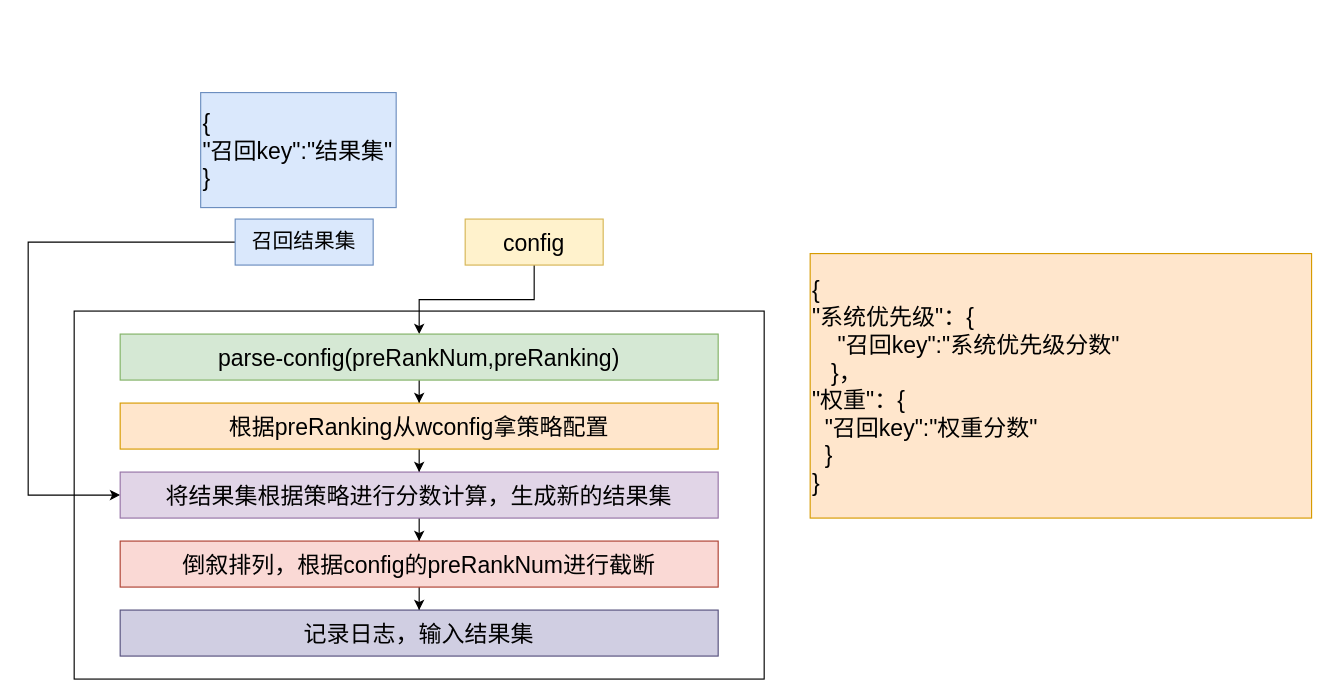
Above: 魔方系统流程图的副本/未命名绘图.drawio in LuOyEbY/draw-b (draw.io), before the change. Source tidied: cells renumbered, new cells numbered last; positions are measured from the earlier drawing's top-left corner, leaving out a move shared by most shapes. Both pictures are drawn from the tidied source at 115%, with x=0, y=0 at pixel (28, 92).
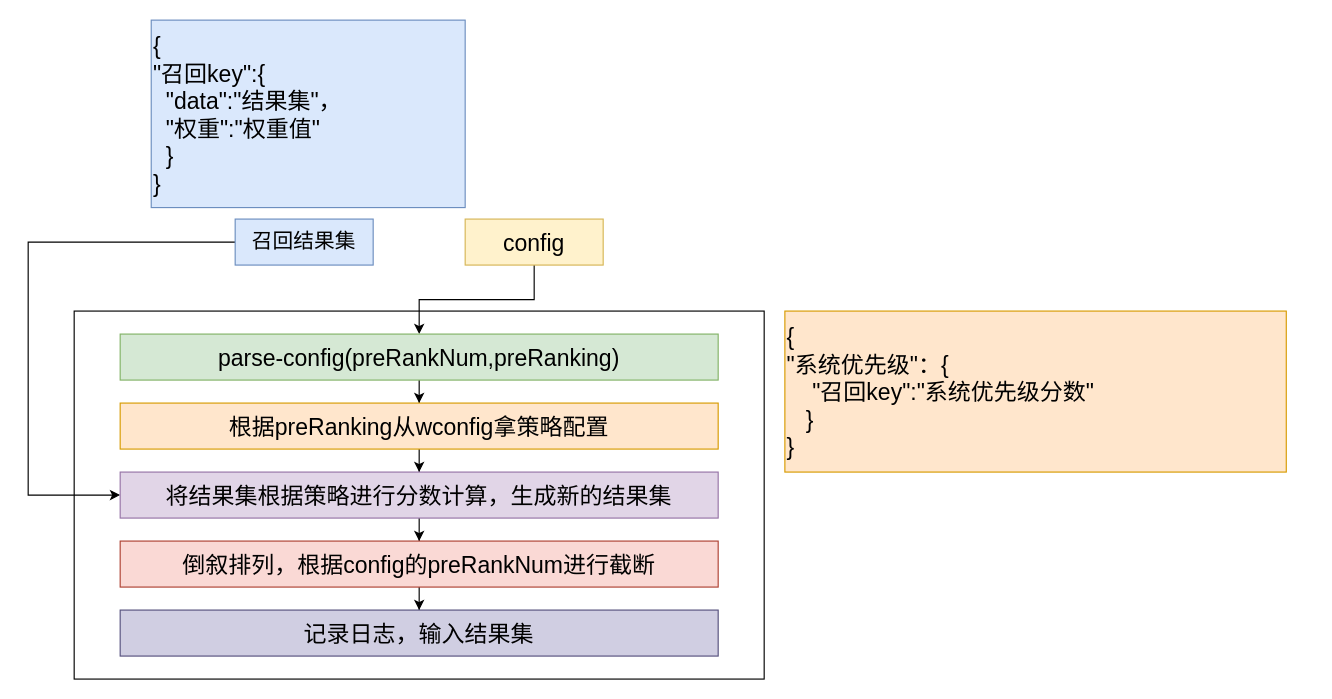
After the change.

Commit message:
优化粗排内部逻辑.drawio

What changed in the source:
```diff
@@
 <mxGraphModel>
   <root>
     <mxCell id="0" />
     <mxCell id="1" parent="0" />
     <mxCell id="2" style="rounded=0;whiteSpace=wrap;html=1;fillColor=default;" parent="1" vertex="1">
       <mxGeometry x="40" y="190" width="600" height="320" as="geometry" />
     </mxCell>
     <mxCell id="3" style="edgeStyle=orthogonalEdgeStyle;rounded=0;jettySize=auto;html=1;entryX=0;entryY=0.5;entryDx=0;entryDy=0;fontSize=20;" parent="1" edge="1" source="4" target="12">
       <mxGeometry relative="1" as="geometry">
         <Array as="points">
           <mxPoint y="130" />
           <mxPoint y="350" />
         </Array>
       </mxGeometry>
     </mxCell>
     <mxCell id="4" value="召回结果集" style="rounded=0;whiteSpace=wrap;html=1;fontSize=18;fillColor=#dae8fc;strokeColor=#6c8ebf;" parent="1" vertex="1">
       <mxGeometry x="180" y="110" width="120" height="40" as="geometry" />
     </mxCell>
     <mxCell id="5" style="edgeStyle=orthogonalEdgeStyle;rounded=0;jettySize=auto;html=1;fontSize=20;" parent="1" edge="1" source="6" target="8">
       <mxGeometry relative="1" as="geometry" />
     </mxCell>
     <mxCell id="6" value="config" style="rounded=0;whiteSpace=wrap;html=1;fontSize=20;fillColor=#fff2cc;strokeColor=#d6b656;" parent="1" vertex="1">
       <mxGeometry x="380" y="110" width="120" height="40" as="geometry" />
     </mxCell>
     <mxCell id="7" style="edgeStyle=orthogonalEdgeStyle;rounded=0;jettySize=auto;html=1;fontSize=20;" parent="1" edge="1" source="8" target="10">
       <mxGeometry relative="1" as="geometry" />
     </mxCell>
     <mxCell id="8" value="parse-config(preRankNum,preRanking)" style="rounded=0;whiteSpace=wrap;html=1;fontSize=20;fillColor=#d5e8d4;strokeColor=#82b366;" parent="1" vertex="1">
       <mxGeometry x="80" y="210" width="520" height="40" as="geometry" />
     </mxCell>
     <mxCell id="9" style="edgeStyle=orthogonalEdgeStyle;rounded=0;jettySize=auto;html=1;fontSize=20;" parent="1" edge="1" source="10" target="12">
       <mxGeometry relative="1" as="geometry" />
     </mxCell>
     <mxCell id="10" value="根据preRanking从wconfig拿策略配置" style="rounded=0;whiteSpace=wrap;html=1;fontSize=20;fillColor=#ffe6cc;strokeColor=#d79b00;" parent="1" vertex="1">
       <mxGeometry x="80" y="270" width="520" height="40" as="geometry" />
     </mxCell>
     <mxCell id="11" style="edgeStyle=orthogonalEdgeStyle;rounded=0;jettySize=auto;html=1;fontSize=20;" parent="1" edge="1" source="12" target="16">
       <mxGeometry relative="1" as="geometry" />
     </mxCell>
     <mxCell id="12" value="将结果集根据策略进行分数计算，生成新的结果集" style="rounded=0;whiteSpace=wrap;html=1;fontSize=20;fillColor=#e1d5e7;strokeColor=#9673a6;" parent="1" vertex="1">
       <mxGeometry x="80" y="330" width="520" height="40" as="geometry" />
     </mxCell>
-    <mxCell id="13" value="{&lt;br&gt;&quot;召回key&quot;:&quot;结果集&quot;&lt;br&gt;}" style="rounded=0;whiteSpace=wrap;html=1;fontSize=20;fillColor=#dae8fc;align=left;strokeColor=#6c8ebf;" parent="1" vertex="1">
-      <mxGeometry x="150" width="170" height="100" as="geometry" />
+    <mxCell id="13" value="{&lt;br&gt;&quot;召回key&quot;:{&lt;br&gt;&lt;span style=&quot;&quot;&gt; &lt;/span&gt;&lt;span style=&quot;&quot;&gt; &lt;/span&gt;&lt;span style=&quot;white-space: pre;&quot;&gt; &lt;/span&gt;&lt;span style=&quot;white-space: pre;&quot;&gt; &lt;/span&gt;&quot;data&quot;:&quot;结果集&quot;，&lt;br&gt;&lt;span style=&quot;white-space: pre;&quot;&gt; &lt;/span&gt;&lt;span style=&quot;white-space: pre;&quot;&gt; &lt;/span&gt;&quot;权重&quot;:&quot;权重值&quot;&lt;br&gt;&lt;span style=&quot;&quot;&gt; &lt;/span&gt;&lt;span style=&quot;&quot;&gt; &lt;/span&gt;&lt;span style=&quot;white-space: pre;&quot;&gt; &lt;/span&gt;&lt;span style=&quot;white-space: pre;&quot;&gt; &lt;/span&gt;}&lt;br&gt;}" style="rounded=0;whiteSpace=wrap;html=1;fontSize=20;fillColor=#dae8fc;align=left;strokeColor=#6c8ebf;" parent="1" vertex="1">
+      <mxGeometry x="107" y="-63" width="273" height="163" as="geometry" />
     </mxCell>
-    <mxCell id="14" value="{&lt;br&gt;&quot;系统优先级&quot;：{&lt;br&gt;&lt;span style=&quot;white-space: pre;&quot;&gt; &lt;/span&gt;&lt;span style=&quot;white-space: pre;&quot;&gt; &lt;/span&gt;&lt;span style=&quot;white-space: pre;&quot;&gt; &lt;/span&gt;&lt;span style=&quot;white-space: pre;&quot;&gt; &lt;/span&gt;&quot;召回key&quot;:&quot;系统优先级分数&quot;&lt;br&gt;&lt;span style=&quot;white-space: pre;&quot;&gt; &lt;span style=&quot;white-space: pre;&quot;&gt; &lt;/span&gt;&lt;span style=&quot;white-space: pre;&quot;&gt; &lt;/span&gt;&lt;/span&gt;}，&lt;br&gt;&quot;权重&quot;：{&lt;br&gt;&lt;span style=&quot;white-space: pre;&quot;&gt; &lt;/span&gt;&lt;span style=&quot;white-space: pre;&quot;&gt; &lt;/span&gt;&quot;召回key&quot;:&quot;权重分数&quot;&lt;br&gt;&lt;span style=&quot;white-space: pre;&quot;&gt; &lt;/span&gt;&lt;span style=&quot;white-space: pre;&quot;&gt; &lt;/span&gt;}&lt;br&gt;}" style="rounded=0;whiteSpace=wrap;html=1;fontSize=20;fillColor=#ffe6cc;align=left;strokeColor=#d79b00;" parent="1" vertex="1">
-      <mxGeometry x="680" y="140" width="436" height="230" as="geometry" />
+    <mxCell id="14" value="{&lt;br&gt;&quot;系统优先级&quot;：{&lt;br&gt;&lt;span style=&quot;white-space: pre;&quot;&gt; &lt;/span&gt;&lt;span style=&quot;white-space: pre;&quot;&gt; &lt;/span&gt;&lt;span style=&quot;white-space: pre;&quot;&gt; &lt;/span&gt;&lt;span style=&quot;white-space: pre;&quot;&gt; &lt;/span&gt;&quot;召回key&quot;:&quot;系统优先级分数&quot;&lt;br&gt;&lt;span style=&quot;white-space: pre;&quot;&gt; &lt;span style=&quot;white-space: pre;&quot;&gt; &lt;/span&gt;&lt;span style=&quot;white-space: pre;&quot;&gt; &lt;/span&gt;&lt;/span&gt;}&lt;br&gt;}" style="rounded=0;whiteSpace=wrap;html=1;fontSize=20;fillColor=#ffe6cc;align=left;strokeColor=#d79b00;" parent="1" vertex="1">
+      <mxGeometry x="658" y="190" width="436" height="140" as="geometry" />
     </mxCell>
     <mxCell id="15" style="edgeStyle=orthogonalEdgeStyle;rounded=0;jettySize=auto;html=1;fontSize=20;" parent="1" edge="1" source="16" target="17">
       <mxGeometry relative="1" as="geometry" />
     </mxCell>
     <mxCell id="16" value="倒叙排列，根据config的preRankNum进行截断" style="rounded=0;whiteSpace=wrap;html=1;fontSize=20;fillColor=#fad9d5;strokeColor=#ae4132;" parent="1" vertex="1">
       <mxGeometry x="80" y="390" width="520" height="40" as="geometry" />
     </mxCell>
     <mxCell id="17" value="记录日志，输入结果集" style="rounded=0;whiteSpace=wrap;html=1;fontSize=20;fillColor=#d0cee2;strokeColor=#56517e;" parent="1" vertex="1">
       <mxGeometry x="80" y="450" width="520" height="40" as="geometry" />
     </mxCell>
   </root>
 </mxGraphModel>
```
